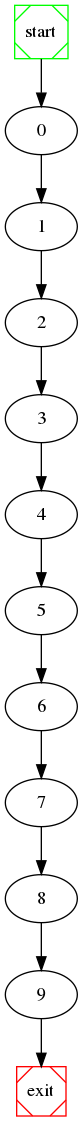
Before: wpc/raw_graph.png, a diagram exported from Graphviz (NabeelQaiser/BTP_2k18-19). Its source is kept beside it as wpc/raw_graph.dot.
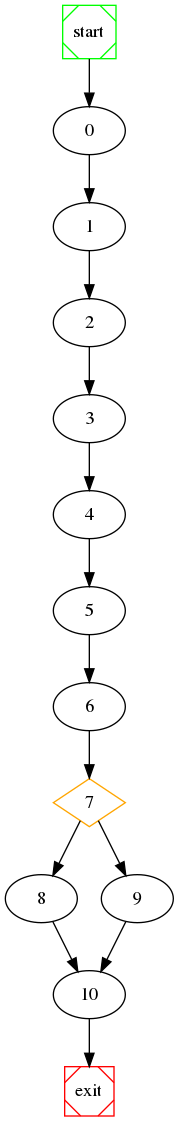
Later version of the same file.

Change to the diagram source:
```diff
@@ -7,10 +7,13 @@
 	3 -> 4 ;
 	4 -> 5 ;
 	5 -> 6 ;
+	7 [shape=diamond, color=orange] ;
+	7 -> 8 ;
+	7 -> 9 ;
 	6 -> 7 ;
-	7 -> 8 ;
-	8 -> 9 ;
-	9 -> exit;
+	9 -> 10 ;
+	8 -> 10 ;
+	10 -> exit;
 
 	start [shape=Msquare, color=green];
 	exit [shape=Msquare, color=red];
```
